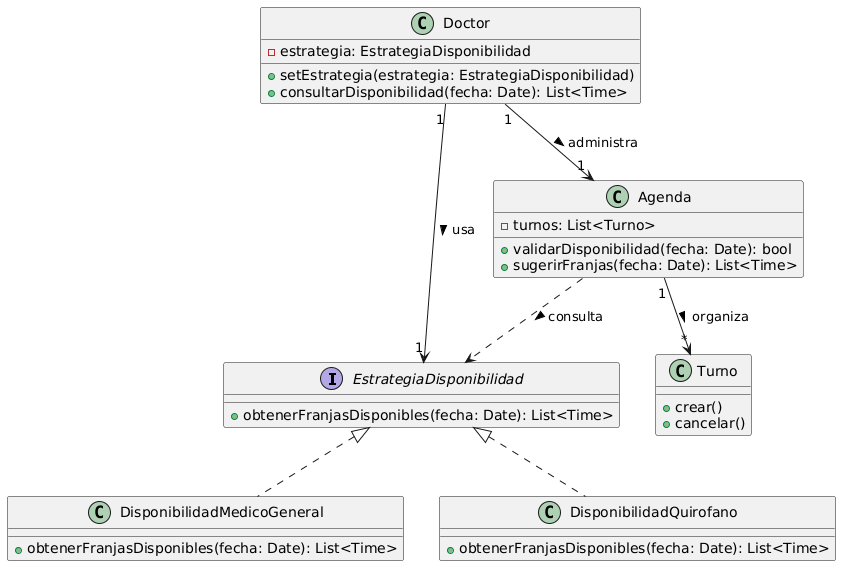
Before: diagramas/01-diagrama-clases/01-solid-02-ocp.png, a diagram exported from PlantUML (FacundoGuiraldes/SistemaTurnosMedicos). The source it was exported from:
```plantuml
@startuml

interface EstrategiaDisponibilidad {
  + obtenerFranjasDisponibles(fecha: Date): List<Time>
}

class DisponibilidadMedicoGeneral implements EstrategiaDisponibilidad {
  + obtenerFranjasDisponibles(fecha: Date): List<Time>
}

class DisponibilidadQuirofano implements EstrategiaDisponibilidad {
  + obtenerFranjasDisponibles(fecha: Date): List<Time>
}

class Doctor {
  - estrategia: EstrategiaDisponibilidad
  + setEstrategia(estrategia: EstrategiaDisponibilidad)
  + consultarDisponibilidad(fecha: Date): List<Time>
}

class Agenda {
  - turnos: List<Turno>
  + validarDisponibilidad(fecha: Date): bool
  + sugerirFranjas(fecha: Date): List<Time>
}

class Turno {
  + crear()
  + cancelar()
}

Doctor "1" --> "1" EstrategiaDisponibilidad : usa >
Doctor "1" --> "1" Agenda : administra >
Agenda "1" --> "*" Turno : organiza >
Agenda ..> EstrategiaDisponibilidad : consulta >

@enduml
```
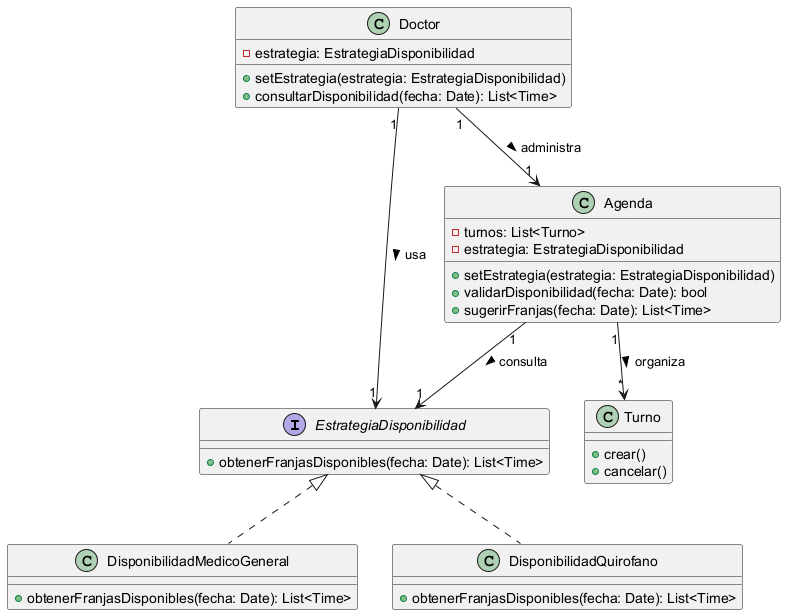
After the commit.

Diff of the diagram source:
```diff
@@ -20,6 +20,8 @@
 
 class Agenda {
   - turnos: List<Turno>
+  - estrategia: EstrategiaDisponibilidad
+  + setEstrategia(estrategia: EstrategiaDisponibilidad)
   + validarDisponibilidad(fecha: Date): bool
   + sugerirFranjas(fecha: Date): List<Time>
 }
@@ -32,6 +34,6 @@
 Doctor "1" --> "1" EstrategiaDisponibilidad : usa >
 Doctor "1" --> "1" Agenda : administra >
 Agenda "1" --> "*" Turno : organiza >
-Agenda ..> EstrategiaDisponibilidad : consulta >
+Agenda "1" --> "1" EstrategiaDisponibilidad : consulta >
 
 @enduml
```
